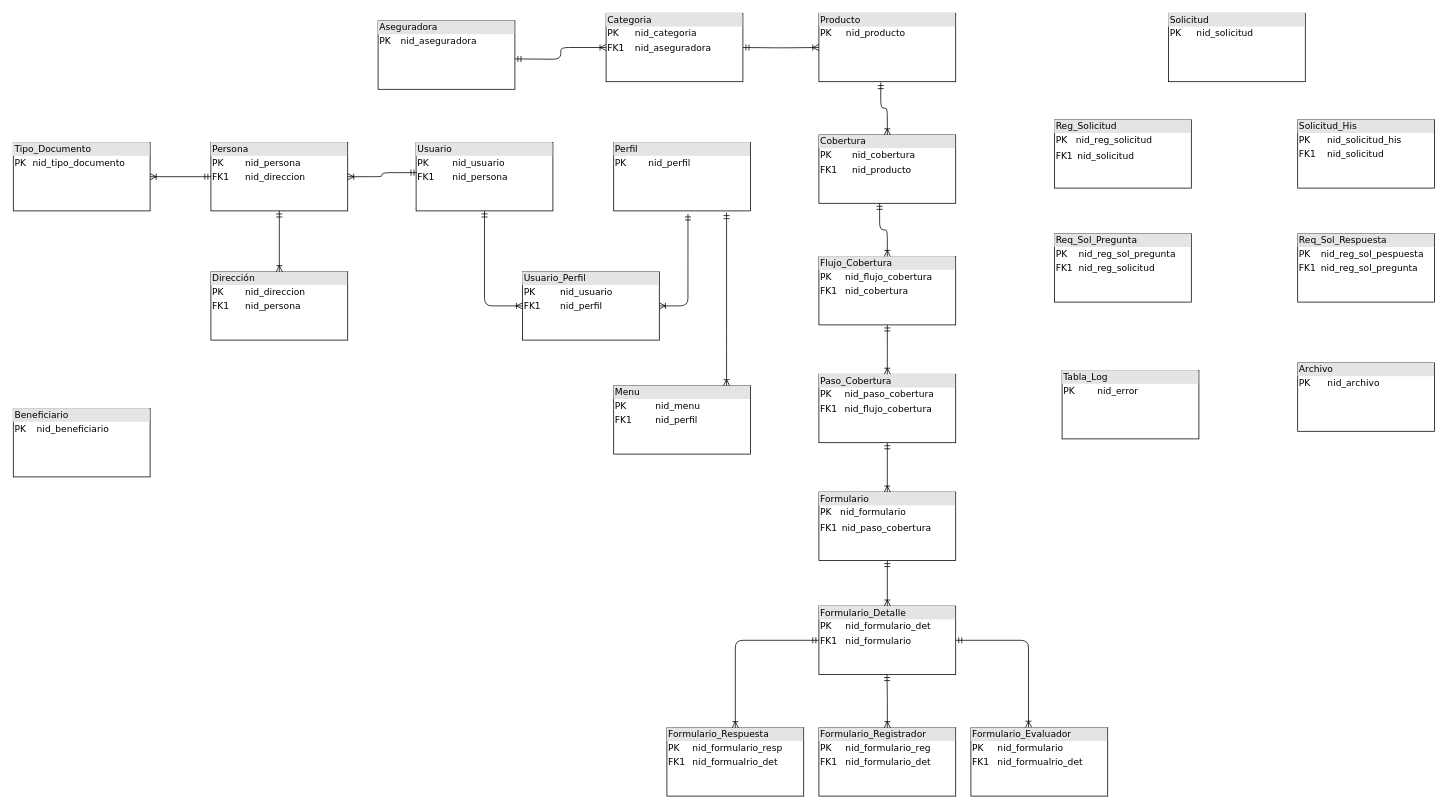
This is SINIESTROS/Diagrama sin título.drawio from alejandroarceefitec/EFICTEC, a draw.io file, before an edit. Source tidied: cells renumbered, new cells numbered last; positions are measured from the earlier drawing's top-left corner, leaving out a move shared by most shapes. Both pictures are drawn from the tidied source at 76%, with x=0, y=0 at pixel (13, 13).
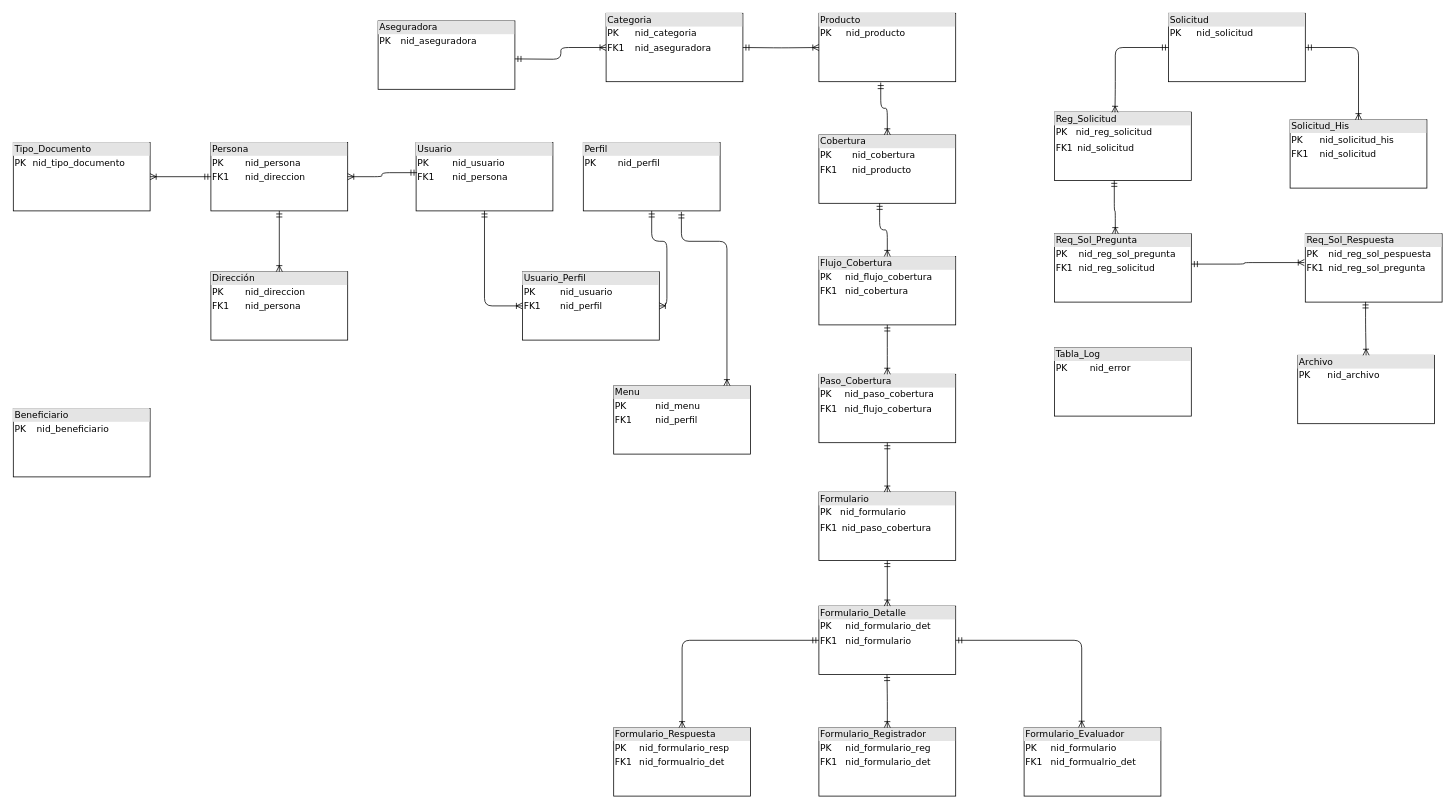
The same page after the edit.

Unchanged cells that the change refers to:
```xml
<mxCell id="11" value="&lt;div style=&quot;box-sizing: border-box ; width: 100% ; background: #e4e4e4 ; padding: 2px&quot;&gt;Menu&lt;/div&gt;&lt;table style=&quot;width: 100% ; font-size: 1em&quot; cellpadding=&quot;2&quot; cellspacing=&quot;0&quot;&gt;&lt;tbody&gt;&lt;tr&gt;&lt;td&gt;PK&lt;/td&gt;&lt;td&gt;nid_menu&lt;/td&gt;&lt;/tr&gt;&lt;tr&gt;&lt;td&gt;FK1&lt;/td&gt;&lt;td&gt;nid_perfil&lt;/td&gt;&lt;/tr&gt;&lt;tr&gt;&lt;td&gt;&lt;/td&gt;&lt;td&gt;&lt;br&gt;&lt;/td&gt;&lt;/tr&gt;&lt;/tbody&gt;&lt;/table&gt;" style="verticalAlign=top;align=left;overflow=fill;html=1;rounded=0;shadow=0;comic=0;labelBackgroundColor=none;strokeWidth=1;fontFamily=Verdana;fontSize=12;" parent="1" vertex="1">
  <mxGeometry x="790" y="490" width="180" height="90" as="geometry" />
</mxCell>
<mxCell id="14" value="&lt;div style=&quot;box-sizing: border-box ; width: 100% ; background: #e4e4e4 ; padding: 2px&quot;&gt;Usuario_Perfil&lt;/div&gt;&lt;table style=&quot;width: 100% ; font-size: 1em&quot; cellpadding=&quot;2&quot; cellspacing=&quot;0&quot;&gt;&lt;tbody&gt;&lt;tr&gt;&lt;td&gt;PK&lt;/td&gt;&lt;td&gt;nid_usuario&lt;/td&gt;&lt;/tr&gt;&lt;tr&gt;&lt;td&gt;FK1&lt;/td&gt;&lt;td&gt;nid_perfil&lt;/td&gt;&lt;/tr&gt;&lt;tr&gt;&lt;td&gt;&lt;/td&gt;&lt;td&gt;&lt;br&gt;&lt;/td&gt;&lt;/tr&gt;&lt;/tbody&gt;&lt;/table&gt;" style="verticalAlign=top;align=left;overflow=fill;html=1;rounded=0;shadow=0;comic=0;labelBackgroundColor=none;strokeWidth=1;fontFamily=Verdana;fontSize=12;" parent="1" vertex="1">
  <mxGeometry x="670" y="340" width="180" height="90" as="geometry" />
</mxCell>
<mxCell id="25" value="&lt;div style=&quot;box-sizing: border-box ; width: 100% ; background: #e4e4e4 ; padding: 2px&quot;&gt;Req_Sol_Pregunta&lt;/div&gt;&lt;table style=&quot;width: 100% ; font-size: 1em&quot; cellpadding=&quot;2&quot; cellspacing=&quot;0&quot;&gt;&lt;tbody&gt;&lt;tr&gt;&lt;td&gt;PK&lt;/td&gt;&lt;td&gt;nid_reg_sol_pregunta&lt;/td&gt;&lt;/tr&gt;&lt;tr&gt;&lt;td&gt;FK1&lt;/td&gt;&lt;td&gt;nid_reg_solicitud&lt;/td&gt;&lt;/tr&gt;&lt;tr&gt;&lt;td&gt;&lt;/td&gt;&lt;td&gt;&lt;br&gt;&lt;/td&gt;&lt;/tr&gt;&lt;/tbody&gt;&lt;/table&gt;" style="verticalAlign=top;align=left;overflow=fill;html=1;rounded=0;shadow=0;comic=0;labelBackgroundColor=none;strokeWidth=1;fontFamily=Verdana;fontSize=12;" parent="1" vertex="1">
  <mxGeometry x="1370" y="290" width="180" height="90" as="geometry" />
</mxCell>
<mxCell id="27" value="&lt;div style=&quot;box-sizing: border-box ; width: 100% ; background: #e4e4e4 ; padding: 2px&quot;&gt;Solicitud&lt;/div&gt;&lt;table style=&quot;width: 100% ; font-size: 1em&quot; cellpadding=&quot;2&quot; cellspacing=&quot;0&quot;&gt;&lt;tbody&gt;&lt;tr&gt;&lt;td&gt;PK&lt;/td&gt;&lt;td&gt;nid_solicitud&lt;/td&gt;&lt;/tr&gt;&lt;tr&gt;&lt;td&gt;&lt;br&gt;&lt;/td&gt;&lt;td&gt;&lt;br&gt;&lt;/td&gt;&lt;/tr&gt;&lt;tr&gt;&lt;td&gt;&lt;/td&gt;&lt;td&gt;&lt;br&gt;&lt;/td&gt;&lt;/tr&gt;&lt;/tbody&gt;&lt;/table&gt;" style="verticalAlign=top;align=left;overflow=fill;html=1;rounded=0;shadow=0;comic=0;labelBackgroundColor=none;strokeWidth=1;fontFamily=Verdana;fontSize=12;" parent="1" vertex="1">
  <mxGeometry x="1520" width="180" height="90" as="geometry" />
</mxCell>
```

Change to the diagram source:
```diff
@@
     <mxCell id="6" value="&lt;div style=&quot;box-sizing: border-box ; width: 100% ; background: #e4e4e4 ; padding: 2px&quot;&gt;Reg_Solicitud&lt;/div&gt;&lt;table style=&quot;width: 100% ; font-size: 1em&quot; cellpadding=&quot;2&quot; cellspacing=&quot;0&quot;&gt;&lt;tbody&gt;&lt;tr&gt;&lt;td&gt;PK&lt;/td&gt;&lt;td&gt;nid_reg_solicitud&lt;/td&gt;&lt;/tr&gt;&lt;tr&gt;&lt;td&gt;FK1&lt;br&gt;&lt;/td&gt;&lt;td&gt;&lt;table cellpadding=&quot;2&quot; cellspacing=&quot;0&quot; style=&quot;font-size: 1em ; width: 179.2px&quot;&gt;&lt;tbody&gt;&lt;tr&gt;&lt;td&gt;nid_solicitud&lt;/td&gt;&lt;/tr&gt;&lt;tr&gt;&lt;/tr&gt;&lt;/tbody&gt;&lt;/table&gt;&lt;/td&gt;&lt;/tr&gt;&lt;tr&gt;&lt;td&gt;&lt;/td&gt;&lt;td&gt;&lt;br&gt;&lt;br&gt;&lt;/td&gt;&lt;/tr&gt;&lt;/tbody&gt;&lt;/table&gt;" style="verticalAlign=top;align=left;overflow=fill;html=1;rounded=0;shadow=0;comic=0;labelBackgroundColor=none;strokeWidth=1;fontFamily=Verdana;fontSize=12;" parent="1" vertex="1">
-      <mxGeometry x="1370" y="140" width="180" height="90" as="geometry" />
+      <mxGeometry x="1370" y="130" width="180" height="90" as="geometry" />
     </mxCell>
@@
     <mxCell id="10" value="&lt;div style=&quot;box-sizing: border-box ; width: 100% ; background: #e4e4e4 ; padding: 2px&quot;&gt;Perfil&lt;/div&gt;&lt;table style=&quot;width: 100% ; font-size: 1em&quot; cellpadding=&quot;2&quot; cellspacing=&quot;0&quot;&gt;&lt;tbody&gt;&lt;tr&gt;&lt;td&gt;PK&lt;/td&gt;&lt;td&gt;nid_perfil&lt;/td&gt;&lt;/tr&gt;&lt;tr&gt;&lt;td&gt;&lt;br&gt;&lt;/td&gt;&lt;td&gt;&lt;br&gt;&lt;/td&gt;&lt;/tr&gt;&lt;tr&gt;&lt;td&gt;&lt;/td&gt;&lt;td&gt;&lt;br&gt;&lt;/td&gt;&lt;/tr&gt;&lt;/tbody&gt;&lt;/table&gt;" style="verticalAlign=top;align=left;overflow=fill;html=1;rounded=0;shadow=0;comic=0;labelBackgroundColor=none;strokeWidth=1;fontFamily=Verdana;fontSize=12;" parent="1" vertex="1">
-      <mxGeometry x="790" y="170" width="180" height="90" as="geometry" />
+      <mxGeometry x="750" y="170" width="180" height="90" as="geometry" />
     </mxCell>
@@
     <mxCell id="16" value="&lt;div style=&quot;box-sizing: border-box ; width: 100% ; background: #e4e4e4 ; padding: 2px&quot;&gt;Formulario_Respuesta&lt;/div&gt;&lt;table style=&quot;width: 100% ; font-size: 1em&quot; cellpadding=&quot;2&quot; cellspacing=&quot;0&quot;&gt;&lt;tbody&gt;&lt;tr&gt;&lt;td&gt;PK&lt;/td&gt;&lt;td&gt;nid_formulario_resp&lt;/td&gt;&lt;/tr&gt;&lt;tr&gt;&lt;td&gt;FK1&lt;/td&gt;&lt;td&gt;nid_formualrio_det&lt;/td&gt;&lt;/tr&gt;&lt;tr&gt;&lt;td&gt;&lt;br&gt;&lt;/td&gt;&lt;td&gt;&lt;br&gt;&lt;/td&gt;&lt;/tr&gt;&lt;/tbody&gt;&lt;/table&gt;" style="verticalAlign=top;align=left;overflow=fill;html=1;rounded=0;shadow=0;comic=0;labelBackgroundColor=none;strokeWidth=1;fontFamily=Verdana;fontSize=12;" parent="1" vertex="1">
-      <mxGeometry x="860" y="940" width="180" height="90" as="geometry" />
+      <mxGeometry x="790" y="940" width="180" height="90" as="geometry" />
     </mxCell>
     <mxCell id="17" value="&lt;div style=&quot;box-sizing: border-box ; width: 100% ; background: #e4e4e4 ; padding: 2px&quot;&gt;Formulario_Evaluador&lt;/div&gt;&lt;table style=&quot;width: 100% ; font-size: 1em&quot; cellpadding=&quot;2&quot; cellspacing=&quot;0&quot;&gt;&lt;tbody&gt;&lt;tr&gt;&lt;td&gt;PK&lt;/td&gt;&lt;td&gt;nid_formulario&lt;/td&gt;&lt;/tr&gt;&lt;tr&gt;&lt;td&gt;FK1&lt;/td&gt;&lt;td&gt;nid_formualrio_det&lt;/td&gt;&lt;/tr&gt;&lt;tr&gt;&lt;td&gt;&lt;/td&gt;&lt;td&gt;&lt;br&gt;&lt;/td&gt;&lt;/tr&gt;&lt;/tbody&gt;&lt;/table&gt;" style="verticalAlign=top;align=left;overflow=fill;html=1;rounded=0;shadow=0;comic=0;labelBackgroundColor=none;strokeWidth=1;fontFamily=Verdana;fontSize=12;" parent="1" vertex="1">
-      <mxGeometry x="1260" y="940" width="180" height="90" as="geometry" />
+      <mxGeometry x="1330" y="940" width="180" height="90" as="geometry" />
     </mxCell>
@@
     <mxCell id="22" value="&lt;div style=&quot;box-sizing: border-box ; width: 100% ; background: #e4e4e4 ; padding: 2px&quot;&gt;Archivo&lt;/div&gt;&lt;table style=&quot;width: 100% ; font-size: 1em&quot; cellpadding=&quot;2&quot; cellspacing=&quot;0&quot;&gt;&lt;tbody&gt;&lt;tr&gt;&lt;td&gt;PK&lt;/td&gt;&lt;td&gt;nid_archivo&lt;/td&gt;&lt;/tr&gt;&lt;tr&gt;&lt;td&gt;&lt;br&gt;&lt;/td&gt;&lt;td&gt;&lt;br&gt;&lt;/td&gt;&lt;/tr&gt;&lt;tr&gt;&lt;td&gt;&lt;/td&gt;&lt;td&gt;&lt;br&gt;&lt;/td&gt;&lt;/tr&gt;&lt;/tbody&gt;&lt;/table&gt;" style="verticalAlign=top;align=left;overflow=fill;html=1;rounded=0;shadow=0;comic=0;labelBackgroundColor=none;strokeWidth=1;fontFamily=Verdana;fontSize=12;" parent="1" vertex="1">
-      <mxGeometry x="1690" y="460" width="180" height="90" as="geometry" />
+      <mxGeometry x="1690" y="450" width="180" height="90" as="geometry" />
     </mxCell>
     <mxCell id="23" value="&lt;div style=&quot;box-sizing: border-box ; width: 100% ; background: #e4e4e4 ; padding: 2px&quot;&gt;Tabla_Log&lt;/div&gt;&lt;table style=&quot;width: 100% ; font-size: 1em&quot; cellpadding=&quot;2&quot; cellspacing=&quot;0&quot;&gt;&lt;tbody&gt;&lt;tr&gt;&lt;td&gt;PK&lt;/td&gt;&lt;td&gt;nid_error&lt;/td&gt;&lt;/tr&gt;&lt;tr&gt;&lt;td&gt;&lt;br&gt;&lt;/td&gt;&lt;td&gt;&lt;br&gt;&lt;/td&gt;&lt;/tr&gt;&lt;tr&gt;&lt;td&gt;&lt;/td&gt;&lt;td&gt;&lt;br&gt;&lt;/td&gt;&lt;/tr&gt;&lt;/tbody&gt;&lt;/table&gt;" style="verticalAlign=top;align=left;overflow=fill;html=1;rounded=0;shadow=0;comic=0;labelBackgroundColor=none;strokeWidth=1;fontFamily=Verdana;fontSize=12;" parent="1" vertex="1">
-      <mxGeometry x="1380" y="470" width="180" height="90" as="geometry" />
+      <mxGeometry x="1370" y="440" width="180" height="90" as="geometry" />
     </mxCell>
     <mxCell id="24" value="&lt;div style=&quot;box-sizing: border-box ; width: 100% ; background: #e4e4e4 ; padding: 2px&quot;&gt;Req_Sol_Respuesta&lt;/div&gt;&lt;table style=&quot;width: 100% ; font-size: 1em&quot; cellpadding=&quot;2&quot; cellspacing=&quot;0&quot;&gt;&lt;tbody&gt;&lt;tr&gt;&lt;td&gt;PK&lt;/td&gt;&lt;td&gt;nid_reg_sol_pespuesta&lt;/td&gt;&lt;/tr&gt;&lt;tr&gt;&lt;td&gt;FK1&lt;/td&gt;&lt;td&gt;nid_reg_sol_pregunta&lt;br&gt;&lt;/td&gt;&lt;/tr&gt;&lt;tr&gt;&lt;td&gt;&lt;/td&gt;&lt;td&gt;&lt;br&gt;&lt;/td&gt;&lt;/tr&gt;&lt;/tbody&gt;&lt;/table&gt;" style="verticalAlign=top;align=left;overflow=fill;html=1;rounded=0;shadow=0;comic=0;labelBackgroundColor=none;strokeWidth=1;fontFamily=Verdana;fontSize=12;" parent="1" vertex="1">
-      <mxGeometry x="1690" y="290" width="180" height="90" as="geometry" />
+      <mxGeometry x="1700" y="290" width="180" height="90" as="geometry" />
     </mxCell>
@@
     <mxCell id="26" value="&lt;div style=&quot;box-sizing: border-box ; width: 100% ; background: #e4e4e4 ; padding: 2px&quot;&gt;Solicitud_His&lt;/div&gt;&lt;table style=&quot;width: 100% ; font-size: 1em&quot; cellpadding=&quot;2&quot; cellspacing=&quot;0&quot;&gt;&lt;tbody&gt;&lt;tr&gt;&lt;td&gt;PK&lt;/td&gt;&lt;td&gt;nid_solicitud_his&lt;/td&gt;&lt;/tr&gt;&lt;tr&gt;&lt;td&gt;FK1&lt;/td&gt;&lt;td&gt;nid_solicitud&lt;br&gt;&lt;/td&gt;&lt;/tr&gt;&lt;tr&gt;&lt;td&gt;&lt;/td&gt;&lt;td&gt;&lt;br&gt;&lt;/td&gt;&lt;/tr&gt;&lt;/tbody&gt;&lt;/table&gt;" style="verticalAlign=top;align=left;overflow=fill;html=1;rounded=0;shadow=0;comic=0;labelBackgroundColor=none;strokeWidth=1;fontFamily=Verdana;fontSize=12;" parent="1" vertex="1">
-      <mxGeometry x="1690" y="140" width="180" height="90" as="geometry" />
+      <mxGeometry x="1680" y="140" width="180" height="90" as="geometry" />
     </mxCell>
@@
-    <mxCell id="38" style="edgeStyle=orthogonalEdgeStyle;html=1;endArrow=ERoneToMany;startArrow=ERmandOne;labelBackgroundColor=none;fontFamily=Verdana;fontSize=12;align=left;entryX=1;entryY=0.5;entryDx=0;entryDy=0;exitX=0.543;exitY=1.044;exitDx=0;exitDy=0;exitPerimeter=0;" parent="1" edge="1" source="10" target="14">
+    <mxCell id="38" style="edgeStyle=orthogonalEdgeStyle;html=1;endArrow=ERoneToMany;startArrow=ERmandOne;labelBackgroundColor=none;fontFamily=Verdana;fontSize=12;align=left;entryX=1;entryY=0.5;entryDx=0;entryDy=0;" parent="1" edge="1" source="10" target="14">
       <mxGeometry relative="1" as="geometry" />
     </mxCell>
-    <mxCell id="39" style="edgeStyle=orthogonalEdgeStyle;html=1;endArrow=ERoneToMany;startArrow=ERmandOne;labelBackgroundColor=none;fontFamily=Verdana;fontSize=12;align=left;exitX=0.825;exitY=1.024;exitDx=0;exitDy=0;exitPerimeter=0;" parent="1" edge="1" source="10" target="11">
+    <mxCell id="39" style="edgeStyle=orthogonalEdgeStyle;html=1;endArrow=ERoneToMany;startArrow=ERmandOne;labelBackgroundColor=none;fontFamily=Verdana;fontSize=12;align=left;exitX=0.717;exitY=1.014;exitDx=0;exitDy=0;exitPerimeter=0;" parent="1" edge="1" source="10" target="11">
       <mxGeometry relative="1" as="geometry">
         <Array as="points">
-          <mxPoint x="939" y="430" />
-          <mxPoint x="939" y="430" />
+          <mxPoint x="879" y="300" />
+          <mxPoint x="939" y="300" />
         </Array>
       </mxGeometry>
     </mxCell>
@@
+    <mxCell id="44" style="edgeStyle=orthogonalEdgeStyle;html=1;endArrow=ERoneToMany;startArrow=ERmandOne;labelBackgroundColor=none;fontFamily=Verdana;fontSize=12;align=left;exitX=0;exitY=0.5;exitDx=0;exitDy=0;entryX=0.442;entryY=0.004;entryDx=0;entryDy=0;entryPerimeter=0;" parent="1" edge="1" source="27" target="6">
+      <mxGeometry relative="1" as="geometry">
+        <Array as="points">
+          <mxPoint x="1450" y="45" />
+          <mxPoint x="1450" y="100" />
+        </Array>
+      </mxGeometry>
+    </mxCell>
+    <mxCell id="45" style="edgeStyle=orthogonalEdgeStyle;html=1;endArrow=ERoneToMany;startArrow=ERmandOne;labelBackgroundColor=none;fontFamily=Verdana;fontSize=12;align=left;exitX=1;exitY=0.5;exitDx=0;exitDy=0;" parent="1" edge="1" source="27" target="26">
+      <mxGeometry relative="1" as="geometry">
+        <Array as="points">
+          <mxPoint x="1770" y="45" />
+        </Array>
+      </mxGeometry>
+    </mxCell>
+    <mxCell id="46" style="edgeStyle=orthogonalEdgeStyle;html=1;endArrow=ERoneToMany;startArrow=ERmandOne;labelBackgroundColor=none;fontFamily=Verdana;fontSize=12;align=left;entryX=-0.007;entryY=0.422;entryDx=0;entryDy=0;entryPerimeter=0;" parent="1" edge="1" source="25" target="24">
+      <mxGeometry relative="1" as="geometry">
+        <Array as="points">
+          <mxPoint x="1620" y="330" />
+          <mxPoint x="1620" y="328" />
+        </Array>
+      </mxGeometry>
+    </mxCell>
+    <mxCell id="47" style="edgeStyle=orthogonalEdgeStyle;html=1;endArrow=ERoneToMany;startArrow=ERmandOne;labelBackgroundColor=none;fontFamily=Verdana;fontSize=12;align=left;exitX=0.437;exitY=0.997;exitDx=0;exitDy=0;exitPerimeter=0;" parent="1" edge="1" source="6" target="25">
+      <mxGeometry relative="1" as="geometry">
+        <Array as="points">
+          <mxPoint x="1449" y="260" />
+          <mxPoint x="1450" y="260" />
+        </Array>
+      </mxGeometry>
+    </mxCell>
+    <mxCell id="48" style="edgeStyle=orthogonalEdgeStyle;html=1;endArrow=ERoneToMany;startArrow=ERmandOne;labelBackgroundColor=none;fontFamily=Verdana;fontSize=12;align=left;exitX=0.437;exitY=0.997;exitDx=0;exitDy=0;exitPerimeter=0;entryX=0.5;entryY=0;entryDx=0;entryDy=0;" parent="1" edge="1" target="22">
+      <mxGeometry relative="1" as="geometry">
+        <mxPoint x="1779.3" y="379.7" as="sourcePoint" />
+        <Array as="points">
+          <mxPoint x="1779" y="410" />
+        </Array>
+      </mxGeometry>
+    </mxCell>
```
